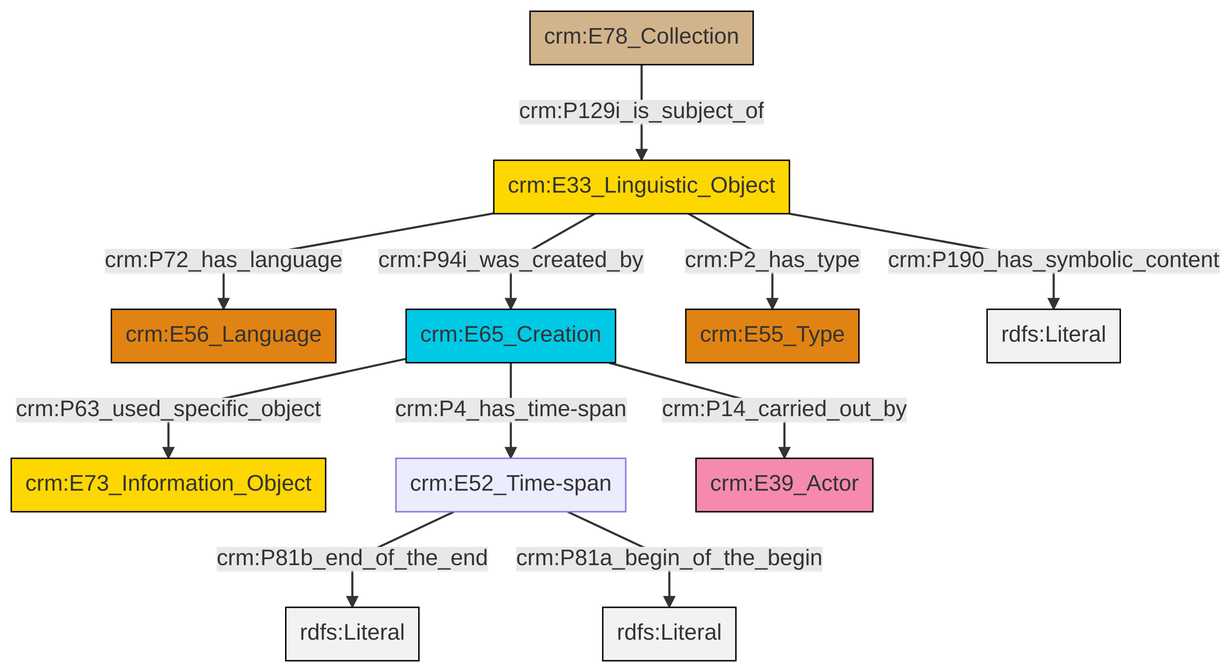
Before: et/archivalCSV/ttl/mmd/png/archival_desc.png, a diagram exported from Mermaid (swiss-art-research-net/docs.swissartresearch). Its source is kept beside it as et/archivalCSV/ttl/mmd/archival_desc.ttl.mmd.
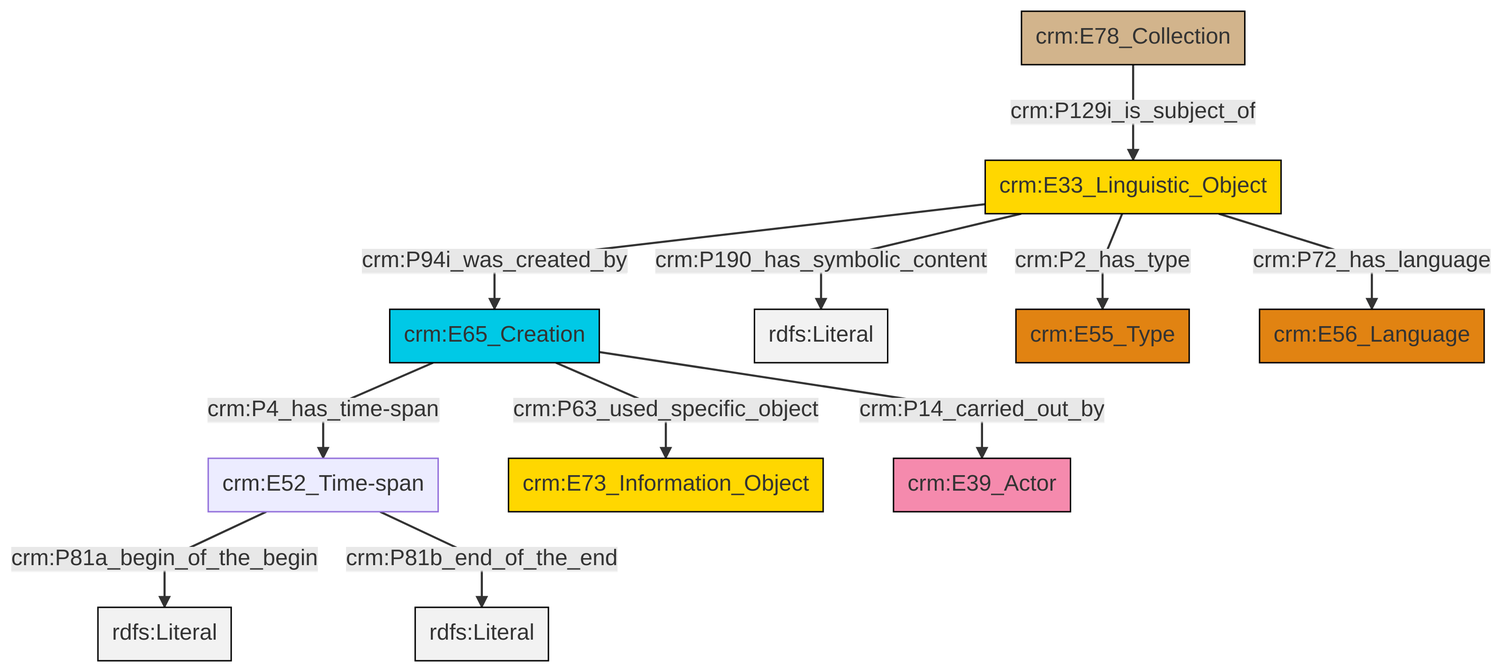
Above is the later version.

The edit, as a diff of the source:
```diff
@@ -13,13 +13,13 @@
 classDef PC_Classes fill:#4ce600, stroke:#000000;
 classDef Multi fill:#cccccc,stroke:#000000;
 
-4["crm:E52_Time-span"]:::Default -->|crm:P81b_end_of_the_end| 5[rdfs:Literal]:::Literal
-6["crm:E33_Linguistic_Object"]:::Conceptual_Object -->|crm:P94i_was_created_by| 7["crm:E65_Creation"]:::Temporal_Entity
-8["crm:E78_Collection"]:::Physical_Thing -->|crm:P129i_is_subject_of| 6["crm:E33_Linguistic_Object"]:::Conceptual_Object
-6["crm:E33_Linguistic_Object"]:::Conceptual_Object -->|crm:P2_has_type| 9["crm:E55_Type"]:::Type
-7["crm:E65_Creation"]:::Temporal_Entity -->|crm:P4_has_time-span| 4["crm:E52_Time-span"]:::Default
-7["crm:E65_Creation"]:::Temporal_Entity -->|crm:P14_carried_out_by| 11["crm:E39_Actor"]:::Actor
-6["crm:E33_Linguistic_Object"]:::Conceptual_Object -->|crm:P72_has_language| 2["crm:E56_Language"]:::Type
-7["crm:E65_Creation"]:::Temporal_Entity -->|crm:P63_used_specific_object| 0["crm:E73_Information_Object"]:::Conceptual_Object
-6["crm:E33_Linguistic_Object"]:::Conceptual_Object -->|crm:P190_has_symbolic_content| 15[rdfs:Literal]:::Literal
-4["crm:E52_Time-span"]:::Default -->|crm:P81a_begin_of_the_begin| 18[rdfs:Literal]:::Literal
+0["crm:E33_Linguistic_Object"]:::Conceptual_Object -->|crm:P94i_was_created_by| 1["crm:E65_Creation"]:::Temporal_Entity
+1["crm:E65_Creation"]:::Temporal_Entity -->|crm:P4_has_time-span| 2["crm:E52_Time-span"]:::Default
+1["crm:E65_Creation"]:::Temporal_Entity -->|crm:P63_used_specific_object| 3["crm:E73_Information_Object"]:::Conceptual_Object
+0["crm:E33_Linguistic_Object"]:::Conceptual_Object -->|crm:P190_has_symbolic_content| 5[rdfs:Literal]:::Literal
+2["crm:E52_Time-span"]:::Default -->|crm:P81a_begin_of_the_begin| 13[rdfs:Literal]:::Literal
+1["crm:E65_Creation"]:::Temporal_Entity -->|crm:P14_carried_out_by| 11["crm:E39_Actor"]:::Actor
+0["crm:E33_Linguistic_Object"]:::Conceptual_Object -->|crm:P72_has_language| 14["crm:E56_Language"]:::Type
+15["crm:E78_Collection"]:::Physical_Thing -->|crm:P129i_is_subject_of| 0["crm:E33_Linguistic_Object"]:::Conceptual_Object
+2["crm:E52_Time-span"]:::Default -->|crm:P81b_end_of_the_end| 18[rdfs:Literal]:::Literal
+0["crm:E33_Linguistic_Object"]:::Conceptual_Object -->|crm:P2_has_type| 8["crm:E55_Type"]:::Type
```
